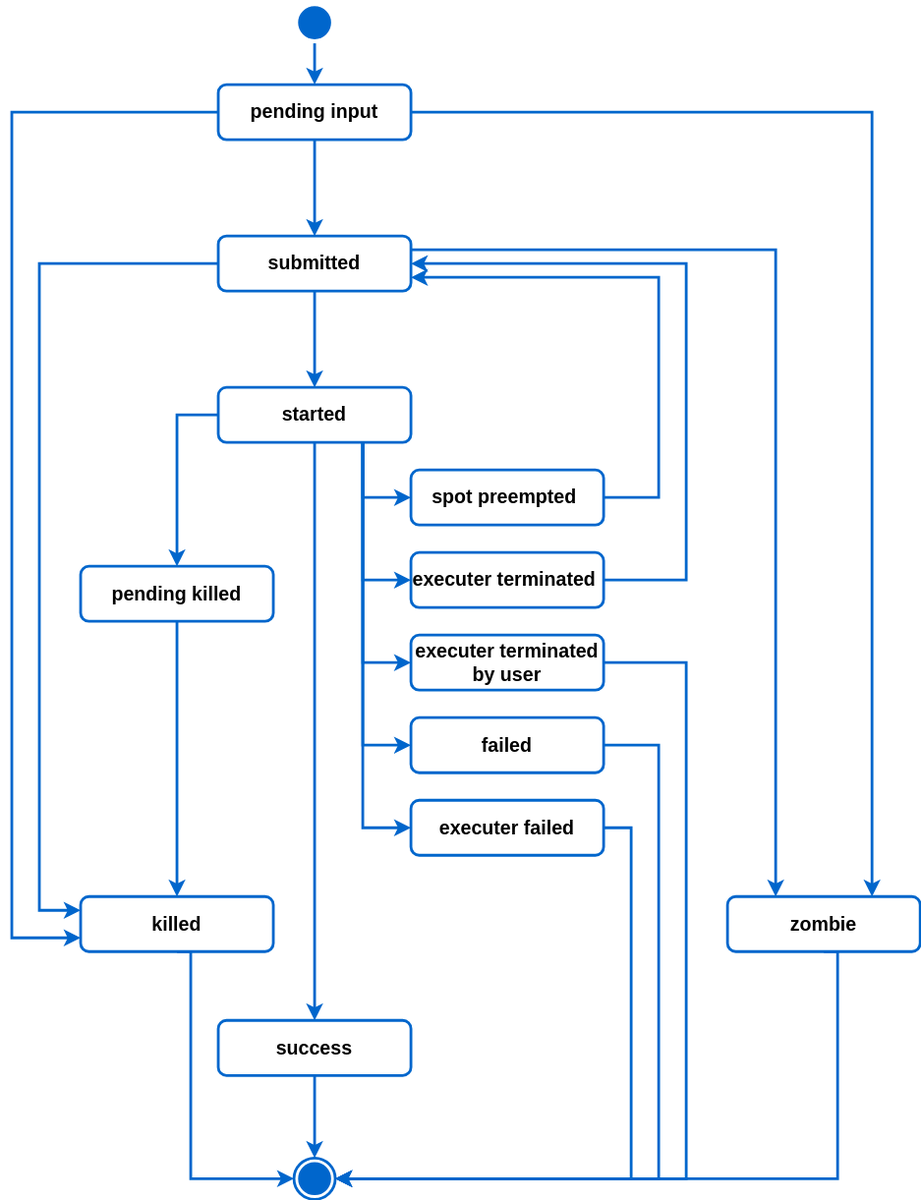
Earlier version of the draw.io export tutorials/_static/task_state.svg (inductiva/inductiva). Source tidied: cells renumbered, new cells last; positions are measured from the earlier drawing's top-left corner, leaving out a move shared by most shapes.
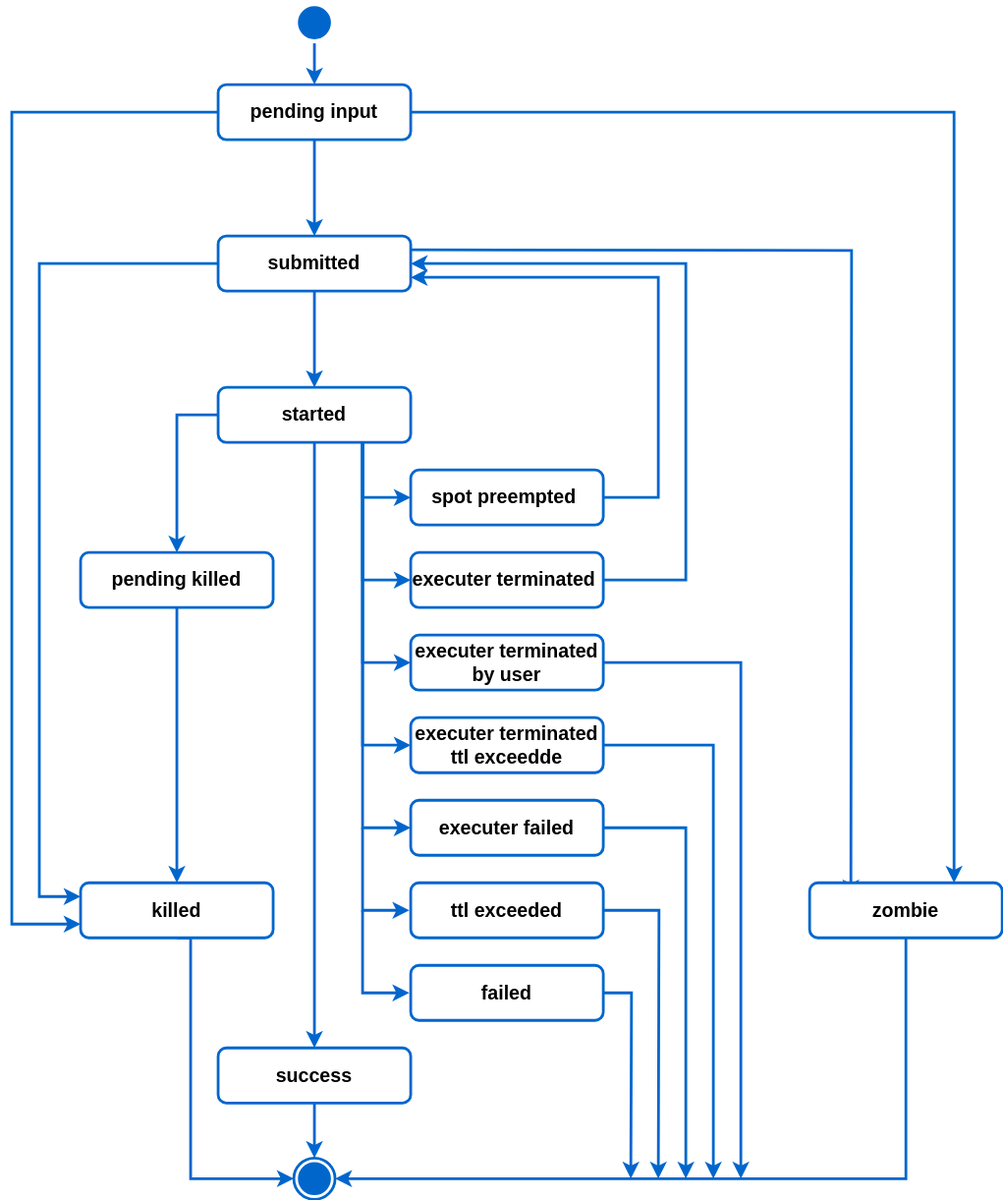
Later version of the same file.

Commit message:
Update task status related documentation

Diff of the diagram source:
```diff
@@ -15,16 +15,12 @@
       <mxGeometry relative="1" as="geometry">
         <Array as="points">
           <mxPoint y="80" />
-          <mxPoint y="680" />
+          <mxPoint y="670" />
         </Array>
       </mxGeometry>
     </mxCell>
     <mxCell id="6" style="edgeStyle=orthogonalEdgeStyle;rounded=0;jettySize=auto;html=1;exitX=1;exitY=0.5;exitDx=0;exitDy=0;strokeColor=#0066CC;strokeWidth=2;entryX=0.75;entryY=0;entryDx=0;entryDy=0;" parent="1" edge="1" source="7" target="15">
-      <mxGeometry relative="1" as="geometry">
-        <Array as="points">
-          <mxPoint x="625" y="80" />
-        </Array>
-      </mxGeometry>
+      <mxGeometry relative="1" as="geometry" />
     </mxCell>
     <mxCell id="7" value="&lt;font style=&quot;font-size: 14px;&quot; face=&quot;Helvetica&quot;&gt;pending input&lt;/font&gt;" style="rounded=1;whiteSpace=wrap;html=1;strokeWidth=2;strokeColor=#0066CC;fontColor=#000000;fontStyle=1;" parent="1" vertex="1">
       <mxGeometry x="150" y="60" width="140" height="40" as="geometry" />
@@ -33,15 +29,18 @@
       <mxGeometry relative="1" as="geometry">
         <Array as="points">
           <mxPoint x="20" y="190" />
-          <mxPoint x="20" y="660" />
+          <mxPoint x="20" y="650" />
         </Array>
       </mxGeometry>
     </mxCell>
     <mxCell id="9" style="edgeStyle=orthogonalEdgeStyle;rounded=0;jettySize=auto;html=1;strokeColor=#0066CC;strokeWidth=2;" parent="1" edge="1" source="11" target="23">
       <mxGeometry relative="1" as="geometry" />
     </mxCell>
-    <mxCell id="10" style="edgeStyle=orthogonalEdgeStyle;rounded=0;jettySize=auto;html=1;exitX=1;exitY=0.25;exitDx=0;exitDy=0;entryX=0.25;entryY=0;entryDx=0;entryDy=0;strokeWidth=2;strokeColor=#0066CC;" parent="1" edge="1" source="11" target="15">
-      <mxGeometry relative="1" as="geometry" />
+    <mxCell id="10" style="edgeStyle=orthogonalEdgeStyle;rounded=0;orthogonalLoop=1;jettySize=auto;html=1;exitX=1;exitY=0.25;exitDx=0;exitDy=0;entryX=0.25;entryY=0;entryDx=0;entryDy=0;strokeWidth=2;strokeColor=#0066CC;" parent="1" edge="1">
+      <mxGeometry relative="1" as="geometry">
+        <mxPoint x="285" y="180" as="sourcePoint" />
+        <mxPoint x="610" y="650" as="targetPoint" />
+      </mxGeometry>
     </mxCell>
     <mxCell id="11" value="&lt;font style=&quot;font-size: 14px;&quot; face=&quot;Helvetica&quot;&gt;submitted&lt;/font&gt;" style="rounded=1;whiteSpace=wrap;html=1;strokeWidth=2;strokeColor=#0066CC;fontColor=#000000;fontStyle=1;" parent="1" vertex="1">
       <mxGeometry x="150" y="170" width="140" height="40" as="geometry" />
@@ -54,17 +53,18 @@
       </mxGeometry>
     </mxCell>
     <mxCell id="13" value="&lt;font style=&quot;font-size: 14px;&quot; face=&quot;Helvetica&quot;&gt;killed&lt;/font&gt;" style="rounded=1;whiteSpace=wrap;html=1;strokeWidth=2;strokeColor=#0066CC;fontColor=#000000;fontStyle=1;" parent="1" vertex="1">
-      <mxGeometry x="50" y="650" width="140" height="40" as="geometry" />
+      <mxGeometry x="50" y="640" width="140" height="40" as="geometry" />
     </mxCell>
     <mxCell id="14" style="edgeStyle=orthogonalEdgeStyle;rounded=0;jettySize=auto;html=1;exitX=0.5;exitY=1;exitDx=0;exitDy=0;entryX=1;entryY=0.5;entryDx=0;entryDy=0;strokeColor=#0066CC;strokeWidth=2;" parent="1" edge="1" source="15" target="38">
       <mxGeometry relative="1" as="geometry">
         <Array as="points">
-          <mxPoint x="600" y="855" />
+          <mxPoint x="650" y="690" />
+          <mxPoint x="650" y="855" />
         </Array>
       </mxGeometry>
     </mxCell>
     <mxCell id="15" value="&lt;font style=&quot;font-size: 14px;&quot; face=&quot;Helvetica&quot;&gt;zombie&lt;/font&gt;" style="rounded=1;whiteSpace=wrap;html=1;strokeWidth=2;strokeColor=#0066CC;fontColor=#000000;fontStyle=1;" parent="1" vertex="1">
-      <mxGeometry x="520" y="650" width="140" height="40" as="geometry" />
+      <mxGeometry x="580" y="640" width="140" height="40" as="geometry" />
     </mxCell>
     <mxCell id="16" style="edgeStyle=orthogonalEdgeStyle;rounded=0;jettySize=auto;html=1;exitX=0;exitY=0.5;exitDx=0;exitDy=0;strokeColor=#0066CC;strokeWidth=2;" parent="1" edge="1" source="23" target="31">
       <mxGeometry relative="1" as="geometry" />
@@ -90,50 +90,50 @@
     <mxCell id="23" value="&lt;font style=&quot;font-size: 14px;&quot; face=&quot;Helvetica&quot;&gt;started&lt;/font&gt;" style="rounded=1;whiteSpace=wrap;html=1;strokeWidth=2;strokeColor=#0066CC;fontColor=#000000;fontStyle=1;" parent="1" vertex="1">
       <mxGeometry x="150" y="280" width="140" height="40" as="geometry" />
     </mxCell>
-    <mxCell id="24" style="edgeStyle=orthogonalEdgeStyle;rounded=0;jettySize=auto;html=1;exitX=1;exitY=0.5;exitDx=0;exitDy=0;entryX=1;entryY=0.5;entryDx=0;entryDy=0;strokeColor=#0066CC;strokeWidth=2;" parent="1" edge="1" source="25" target="38">
+    <mxCell id="24" style="edgeStyle=orthogonalEdgeStyle;rounded=0;jettySize=auto;html=1;exitX=1;exitY=0.5;exitDx=0;exitDy=0;strokeColor=#0066CC;strokeWidth=2;" parent="1" edge="1" source="25">
       <mxGeometry relative="1" as="geometry">
+        <mxPoint x="530" y="855" as="targetPoint" />
         <Array as="points">
-          <mxPoint x="490" y="480" />
-          <mxPoint x="490" y="855" />
+          <mxPoint x="530" y="480" />
         </Array>
       </mxGeometry>
     </mxCell>
     <mxCell id="25" value="&lt;font style=&quot;font-size: 14px;&quot; face=&quot;Helvetica&quot;&gt;executer terminated by user&lt;/font&gt;" style="rounded=1;whiteSpace=wrap;html=1;strokeWidth=2;strokeColor=#0066CC;fontColor=#000000;fontStyle=1;" parent="1" vertex="1">
       <mxGeometry x="290" y="460" width="140" height="40" as="geometry" />
     </mxCell>
-    <mxCell id="26" style="edgeStyle=orthogonalEdgeStyle;rounded=0;jettySize=auto;html=1;exitX=1;exitY=0.5;exitDx=0;exitDy=0;entryX=1;entryY=0.5;entryDx=0;entryDy=0;strokeColor=#0066CC;strokeWidth=2;" parent="1" edge="1" source="27" target="38">
+    <mxCell id="26" style="edgeStyle=orthogonalEdgeStyle;rounded=0;jettySize=auto;html=1;exitX=1;exitY=0.5;exitDx=0;exitDy=0;strokeColor=#0066CC;strokeWidth=2;" parent="1" edge="1" source="27">
       <mxGeometry relative="1" as="geometry">
+        <mxPoint x="490" y="855" as="targetPoint" />
         <Array as="points">
-          <mxPoint x="450" y="600" />
-          <mxPoint x="450" y="855" />
+          <mxPoint x="490" y="600" />
         </Array>
       </mxGeometry>
     </mxCell>
     <mxCell id="27" value="&lt;font style=&quot;font-size: 14px;&quot; face=&quot;Helvetica&quot;&gt;executer failed&lt;/font&gt;" style="rounded=1;whiteSpace=wrap;html=1;strokeWidth=2;strokeColor=#0066CC;fontColor=#000000;fontStyle=1;" parent="1" vertex="1">
       <mxGeometry x="290" y="580" width="140" height="40" as="geometry" />
     </mxCell>
-    <mxCell id="28" style="edgeStyle=orthogonalEdgeStyle;rounded=0;jettySize=auto;html=1;exitX=1;exitY=0.5;exitDx=0;exitDy=0;entryX=1;entryY=0.5;entryDx=0;entryDy=0;strokeColor=#0066CC;strokeWidth=2;" parent="1" edge="1" source="29" target="38">
+    <mxCell id="28" style="edgeStyle=orthogonalEdgeStyle;rounded=0;jettySize=auto;html=1;exitX=1;exitY=0.5;exitDx=0;exitDy=0;strokeColor=#0066CC;strokeWidth=2;" parent="1" edge="1" source="29">
       <mxGeometry relative="1" as="geometry">
+        <mxPoint x="510" y="855" as="targetPoint" />
         <Array as="points">
-          <mxPoint x="470" y="540" />
-          <mxPoint x="470" y="855" />
+          <mxPoint x="510" y="540" />
         </Array>
       </mxGeometry>
     </mxCell>
-    <mxCell id="29" value="&lt;font style=&quot;font-size: 14px;&quot; face=&quot;Helvetica&quot;&gt;failed&lt;/font&gt;" style="rounded=1;whiteSpace=wrap;html=1;strokeWidth=2;strokeColor=#0066CC;fontColor=#000000;fontStyle=1;" parent="1" vertex="1">
+    <mxCell id="29" value="&lt;font style=&quot;font-size: 14px;&quot; face=&quot;Helvetica&quot;&gt;executer terminated ttl exceedde&lt;/font&gt;" style="rounded=1;whiteSpace=wrap;html=1;strokeWidth=2;strokeColor=#0066CC;fontColor=#000000;fontStyle=1;" parent="1" vertex="1">
       <mxGeometry x="290" y="520" width="140" height="40" as="geometry" />
     </mxCell>
     <mxCell id="30" style="edgeStyle=orthogonalEdgeStyle;rounded=0;jettySize=auto;html=1;exitX=0.5;exitY=1;exitDx=0;exitDy=0;entryX=0.5;entryY=0;entryDx=0;entryDy=0;strokeColor=#0066CC;strokeWidth=2;" parent="1" edge="1" source="31" target="13">
       <mxGeometry relative="1" as="geometry" />
     </mxCell>
     <mxCell id="31" value="&lt;font style=&quot;font-size: 14px;&quot; face=&quot;Helvetica&quot;&gt;pending killed&lt;/font&gt;" style="rounded=1;whiteSpace=wrap;html=1;strokeWidth=2;strokeColor=#0066CC;fontColor=#000000;fontStyle=1;" parent="1" vertex="1">
-      <mxGeometry x="50" y="410" width="140" height="40" as="geometry" />
+      <mxGeometry x="50" y="400" width="140" height="40" as="geometry" />
     </mxCell>
     <mxCell id="32" style="edgeStyle=orthogonalEdgeStyle;rounded=0;jettySize=auto;html=1;exitX=0.5;exitY=1;exitDx=0;exitDy=0;strokeColor=#0066CC;strokeWidth=2;" parent="1" edge="1" source="33" target="38">
       <mxGeometry relative="1" as="geometry" />
     </mxCell>
     <mxCell id="33" value="&lt;font style=&quot;font-size: 14px;&quot; face=&quot;Helvetica&quot;&gt;success&lt;br&gt;&lt;/font&gt;" style="rounded=1;whiteSpace=wrap;html=1;strokeWidth=2;strokeColor=#0066CC;fontColor=#000000;fontStyle=1;" parent="1" vertex="1">
-      <mxGeometry x="150" y="740" width="140" height="40" as="geometry" />
+      <mxGeometry x="150" y="760" width="140" height="40" as="geometry" />
     </mxCell>
     <mxCell id="34" style="edgeStyle=orthogonalEdgeStyle;rounded=0;jettySize=auto;html=1;exitX=1;exitY=0.5;exitDx=0;exitDy=0;entryX=1;entryY=0.5;entryDx=0;entryDy=0;strokeColor=#0066CC;strokeWidth=2;" parent="1" edge="1" source="35" target="11">
       <mxGeometry relative="1" as="geometry">
@@ -160,5 +160,39 @@
     <mxCell id="38" style="ellipse;html=1;shape=endState;fillColor=#0066CC;strokeColor=#0066CC;strokeWidth=2;" parent="1" vertex="1">
       <mxGeometry x="205" y="840" width="30" height="30" as="geometry" />
     </mxCell>
+    <mxCell id="39" value="&lt;font style=&quot;font-size: 14px;&quot; face=&quot;Helvetica&quot;&gt;ttl exceeded&lt;/font&gt;" style="rounded=1;whiteSpace=wrap;html=1;strokeWidth=2;strokeColor=#0066CC;fontColor=#000000;fontStyle=1;" parent="1" vertex="1">
+      <mxGeometry x="290" y="640" width="140" height="40" as="geometry" />
+    </mxCell>
+    <mxCell id="40" value="&lt;font style=&quot;font-size: 14px;&quot; face=&quot;Helvetica&quot;&gt;failed&lt;/font&gt;" style="rounded=1;whiteSpace=wrap;html=1;strokeWidth=2;strokeColor=#0066CC;fontColor=#000000;fontStyle=1;" parent="1" vertex="1">
+      <mxGeometry x="290" y="700" width="140" height="40" as="geometry" />
+    </mxCell>
+    <mxCell id="41" style="edgeStyle=orthogonalEdgeStyle;rounded=0;jettySize=auto;html=1;strokeColor=#0066CC;strokeWidth=2;exitX=1;exitY=0.5;exitDx=0;exitDy=0;" parent="1" edge="1" source="39">
+      <mxGeometry relative="1" as="geometry">
+        <mxPoint x="470" y="855" as="targetPoint" />
+      </mxGeometry>
+    </mxCell>
+    <mxCell id="42" style="edgeStyle=orthogonalEdgeStyle;rounded=0;jettySize=auto;html=1;strokeColor=#0066CC;strokeWidth=2;exitX=1;exitY=0.5;exitDx=0;exitDy=0;" parent="1" edge="1" source="40">
+      <mxGeometry relative="1" as="geometry">
+        <mxPoint x="450" y="855" as="targetPoint" />
+      </mxGeometry>
+    </mxCell>
+    <mxCell id="43" style="endArrow=classic;html=1;rounded=0;entryX=0;entryY=0.5;entryDx=0;entryDy=0;strokeColor=#0066CC;strokeWidth=2;" parent="1" edge="1">
+      <mxGeometry relative="1" as="geometry">
+        <mxPoint x="255" y="600" as="sourcePoint" />
+        <mxPoint x="289" y="660" as="targetPoint" />
+        <Array as="points">
+          <mxPoint x="255" y="660" />
+        </Array>
+      </mxGeometry>
+    </mxCell>
+    <mxCell id="44" style="endArrow=classic;html=1;rounded=0;entryX=0;entryY=0.5;entryDx=0;entryDy=0;strokeColor=#0066CC;strokeWidth=2;" parent="1" edge="1">
+      <mxGeometry relative="1" as="geometry">
+        <mxPoint x="255" y="660" as="sourcePoint" />
+        <mxPoint x="289" y="720" as="targetPoint" />
+        <Array as="points">
+          <mxPoint x="255" y="720" />
+        </Array>
+      </mxGeometry>
+    </mxCell>
   </root>
 </mxGraphModel>
```
